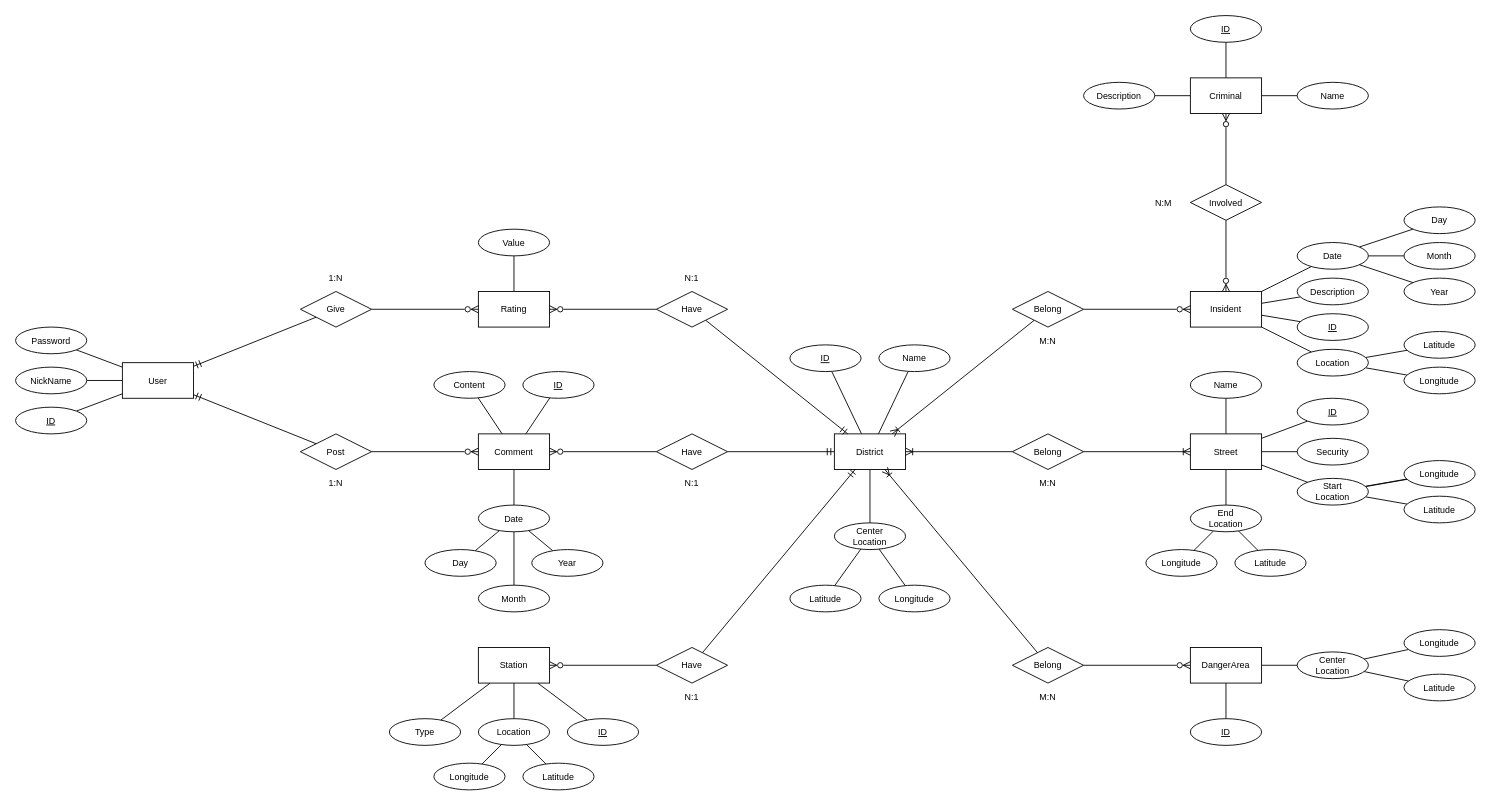
The draw.io diagram Documentation/UML/MER/MER.drawio in eluqm/CsoftwareGrupo01, before the edit. Source tidied: cells renumbered, new cells numbered last; positions are measured from the earlier drawing's top-left corner, leaving out a move shared by most shapes. Both pictures are drawn from the tidied source at 89%, with x=0, y=0 at pixel (15, 15).
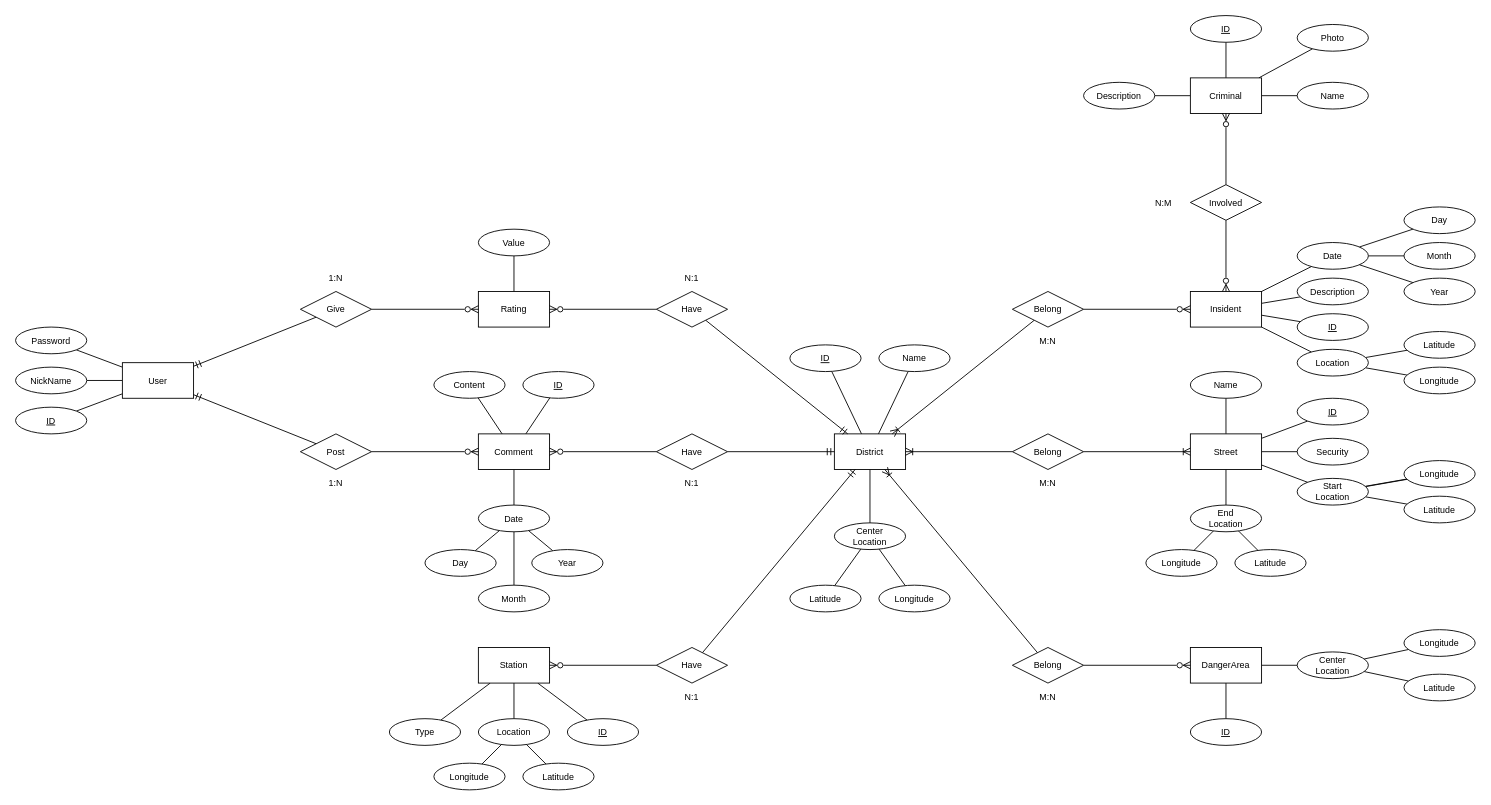
The same page after the edit.

The change refers to these unchanged cells:
```xml
<mxCell id="35" value="Criminal" style="whiteSpace=wrap;html=1;align=center;fontSize=10;" parent="1" vertex="1">
  <mxGeometry x="1320" y="70" width="80" height="40" as="geometry" />
</mxCell>
```

The edit, as a diff of the source:
```diff
@@
+    <mxCell id="138" style="edgeStyle=none;html=1;endArrow=none;endFill=0;" parent="1" edge="1" source="35" target="139">
+      <mxGeometry relative="1" as="geometry" />
+    </mxCell>
@@
+    <mxCell id="139" value="Photo" style="ellipse;whiteSpace=wrap;html=1;align=center;fontSize=10;" parent="1" vertex="1">
+      <mxGeometry x="1440" y="10" width="80" height="30" as="geometry" />
+    </mxCell>
```
